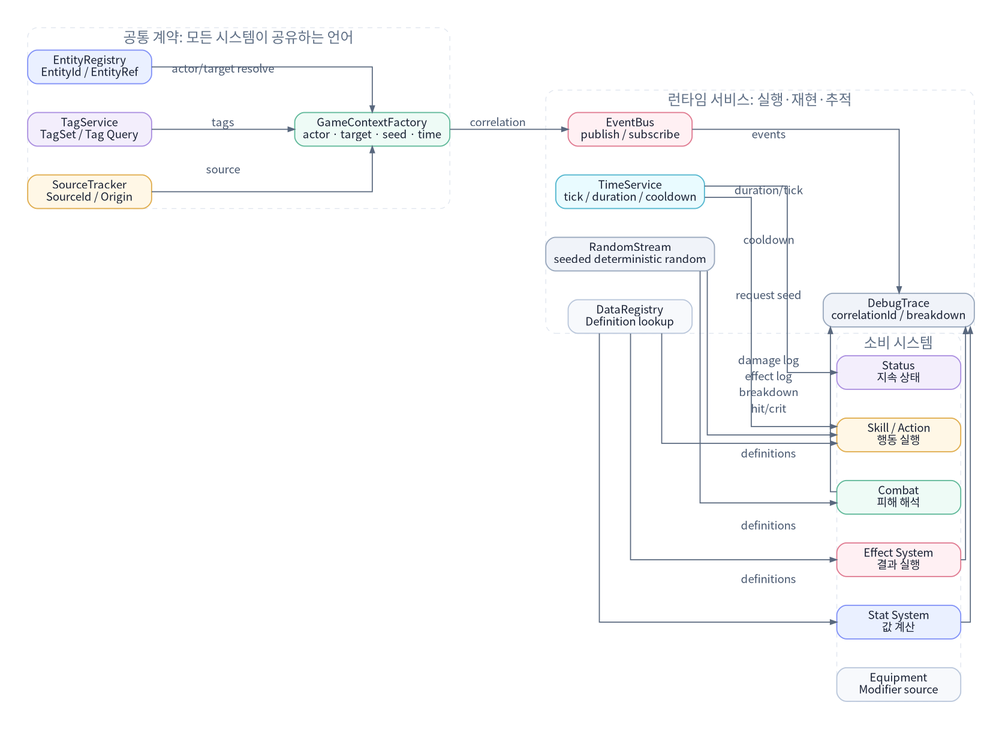
Earlier version of the Graphviz export assets/diagrams/16_core_runtime_component_diagram.png (JY-LemongO/game-system-framework-knowledge-site). Its source is kept beside it as source/diagrams/16_core_runtime_component_diagram.dot.
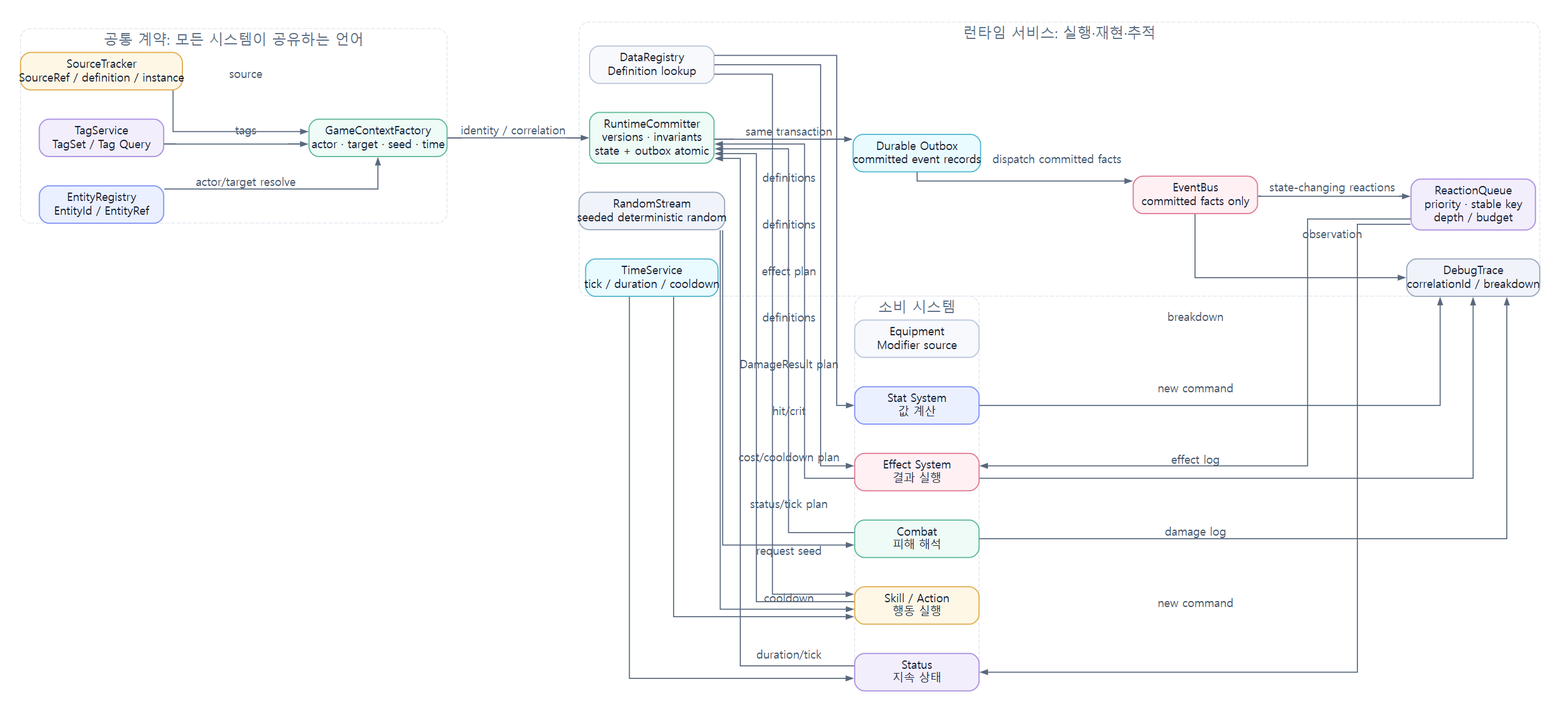
The same diagram one commit later.

What changed in the source:
```diff
@@ -13,14 +13,22 @@
     TagService [label="TagService
 TagSet / Tag Query", fillcolor="#f3eefc", color="#ab8fe0"];
     SourceTracker [label="SourceTracker
-SourceId / Origin", fillcolor="#fff7e6", color="#e0ad4e"];
+SourceRef / definition / instance", fillcolor="#fff7e6", color="#e0ad4e"];
     ContextFactory [label="GameContextFactory
 actor · target · seed · time", fillcolor="#eefbf6", color="#61b99a"];
   }
   subgraph cluster_runtime {
     label="런타임 서비스: 실행·재현·추적"; style="rounded,dashed"; color="#dfe5ee"; fontcolor="#607086"; fontsize=18;
     EventBus [label="EventBus
-publish / subscribe", fillcolor="#fff0f3", color="#e07b91"];
+committed facts only", fillcolor="#fff0f3", color="#e07b91"];
+    RuntimeCommitter [label="RuntimeCommitter
+versions · invariants
+state + outbox atomic", fillcolor="#eefbf6", color="#61b99a"];
+    DurableOutbox [label="Durable Outbox
+committed event records", fillcolor="#e9fbff", color="#54b7cf"];
+    ReactionQueue [label="ReactionQueue
+priority · stable key
+depth / budget", fillcolor="#f3eefc", color="#ab8fe0"];
     TimeService [label="TimeService
 tick / duration / cooldown", fillcolor="#e9fbff", color="#54b7cf"];
     RandomService [label="RandomStream
@@ -48,7 +56,7 @@
   EntityRegistry -> ContextFactory [label="actor/target resolve"];
   TagService -> ContextFactory [label="tags"];
   SourceTracker -> ContextFactory [label="source"];
-  ContextFactory -> EventBus [label="correlation"];
+  ContextFactory -> RuntimeCommitter [label="identity / correlation"];
   TimeService -> Skill [label="cooldown"];
   TimeService -> Status [label="duration/tick"];
   RandomService -> Skill [label="request seed"];
@@ -56,7 +64,16 @@
   DataRegistry -> Stat [label="definitions"];
   DataRegistry -> Effect [label="definitions"];
   DataRegistry -> Skill [label="definitions"];
-  EventBus -> DebugTrace [label="events"];
+  Skill -> RuntimeCommitter [label="cost/cooldown plan"];
+  Effect -> RuntimeCommitter [label="effect plan"];
+  Combat -> RuntimeCommitter [label="DamageResult plan"];
+  Status -> RuntimeCommitter [label="status/tick plan"];
+  RuntimeCommitter -> DurableOutbox [label="same transaction"];
+  DurableOutbox -> EventBus [label="dispatch committed facts"];
+  EventBus -> ReactionQueue [label="state-changing reactions"];
+  ReactionQueue -> Effect [label="new command"];
+  ReactionQueue -> Status [label="new command"];
+  EventBus -> DebugTrace [label="observation"];
   Stat -> DebugTrace [label="breakdown"];
   Effect -> DebugTrace [label="effect log"];
   Combat -> DebugTrace [label="damage log"];
```
